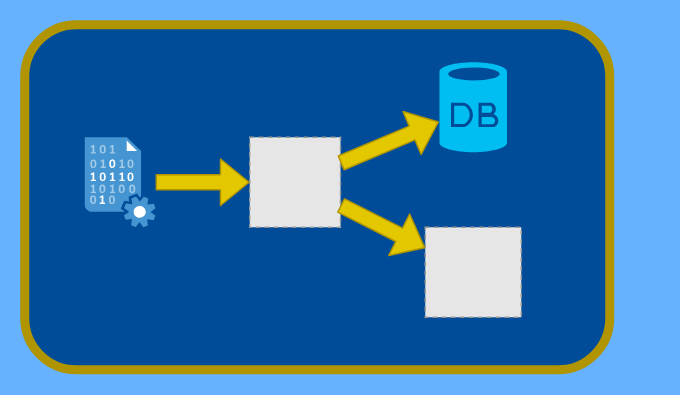
Before: page "Page-3" (2 of 3) of images/diagrams.drawio in milkyware/milkyware.github.io, a draw.io diagram. Source tidied: cells renumbered, new cells numbered last; positions are measured from the earlier drawing's top-left corner, leaving out a move shared by most shapes. Both pictures are drawn from the tidied source at 150%, with x=0, y=0 at pixel (24, 24). Pictures stored in the file or linked from it are replaced by grey dashed boxes.
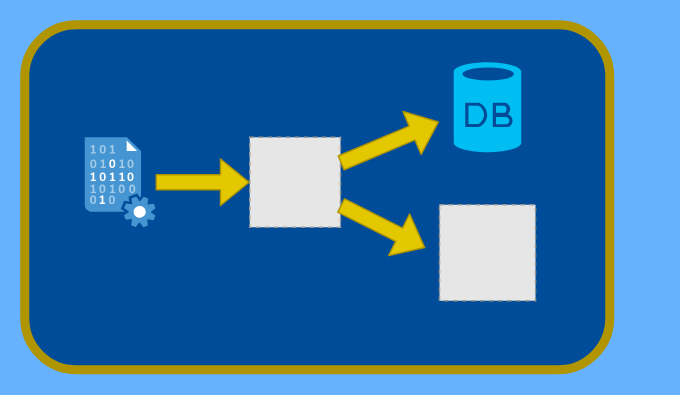
Above is the later version.

Diff of the diagram source:
```diff
@@
 <mxGraphModel background="#66B2FF">
   <root>
     <mxCell id="0" />
     <mxCell id="1" parent="0" />
     <mxCell id="2" style="swimlane;startSize=0;rounded=1;fillStyle=solid;fillColor=#99FF99;strokeColor=none;gradientColor=none;opacity=90;fillOpacity=100;arcSize=10;" parent="1" vertex="1">
       <mxGeometry width="420" height="240" as="geometry" />
     </mxCell>
     <mxCell id="3" style="rounded=1;whiteSpace=wrap;html=1;fillColor=#004C99;strokeColor=#b09500;strokeWidth=6;" parent="2" vertex="1">
       <mxGeometry width="390" height="230" as="geometry" />
     </mxCell>
     <mxCell id="4" style="shadow=0;dashed=0;html=1;strokeColor=none;fillColor=#4495D1;labelPosition=center;verticalLabelPosition=bottom;verticalAlign=top;align=center;outlineConnect=0;shape=mxgraph.veeam.data_file;rounded=1;" parent="2" vertex="1">
       <mxGeometry x="40" y="75" width="47.2" height="60" as="geometry" />
     </mxCell>
     <mxCell id="5" style="fillColor=#E6E6E6;strokeColor=#999999;dashed=1;verticalLabelPosition=bottom;verticalAlign=top;" parent="2" vertex="1">
       <mxGeometry x="150" y="75" width="60.5" height="60" as="geometry" />
     </mxCell>
-    <mxCell id="6" style="fillColor=#E6E6E6;strokeColor=#999999;dashed=1;verticalLabelPosition=bottom;verticalAlign=top;" parent="2" vertex="1">
-      <mxGeometry x="267" y="135" width="64" height="60" as="geometry" />
-    </mxCell>
     <mxCell id="7" style="shape=flexArrow;endArrow=classic;html=1;rounded=1;fillColor=#e3c800;strokeColor=#B09500;" parent="2" edge="1" source="4" target="5">
       <mxGeometry relative="1" as="geometry" />
     </mxCell>
     <mxCell id="8" style="shape=flexArrow;endArrow=classic;html=1;rounded=1;fillColor=#e3c800;strokeColor=#B09500;" parent="2" edge="1" source="5">
       <mxGeometry relative="1" as="geometry">
         <mxPoint x="276.2" y="64.6" as="targetPoint" />
       </mxGeometry>
     </mxCell>
-    <mxCell id="9" style="shape=flexArrow;endArrow=classic;html=1;rounded=1;fillColor=#e3c800;strokeColor=#B09500;" parent="2" edge="1" source="5" target="6">
-      <mxGeometry relative="1" as="geometry" />
+    <mxCell id="9" style="shape=flexArrow;endArrow=classic;html=1;rounded=1;fillColor=#e3c800;strokeColor=#B09500;" parent="2" edge="1" source="5">
+      <mxGeometry relative="1" as="geometry">
+        <mxPoint x="267" y="148.8" as="targetPoint" />
+      </mxGeometry>
     </mxCell>
     <mxCell id="10" style="verticalLabelPosition=bottom;html=1;verticalAlign=top;align=center;strokeColor=none;fillColor=#00BEF2;shape=mxgraph.azure.database;" parent="2" vertex="1">
-      <mxGeometry x="276.5" y="25" width="45" height="60" as="geometry" />
+      <mxGeometry x="286" y="25" width="45" height="60" as="geometry" />
     </mxCell>
+    <mxCell id="11" style="fillColor=#E6E6E6;strokeColor=#999999;dashed=1;verticalLabelPosition=bottom;verticalAlign=top;" parent="2" vertex="1">
+      <mxGeometry x="276.5" y="120" width="64" height="64" as="geometry" />
+    </mxCell>
   </root>
 </mxGraphModel>
```
